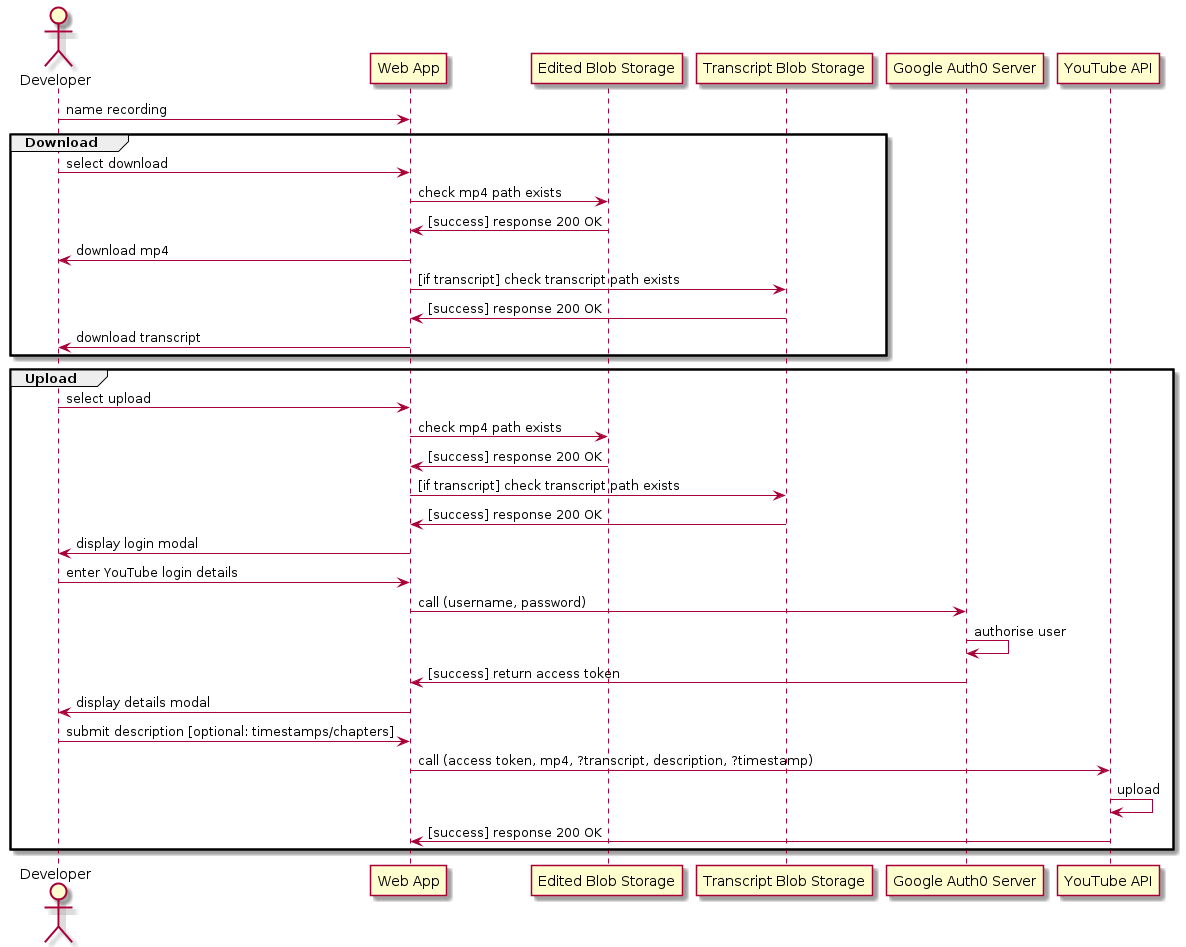
jennifer-platt/ECM2429-UML keeps this PlantUML diagram as out/examples/download/download.png. Above is the earlier version.
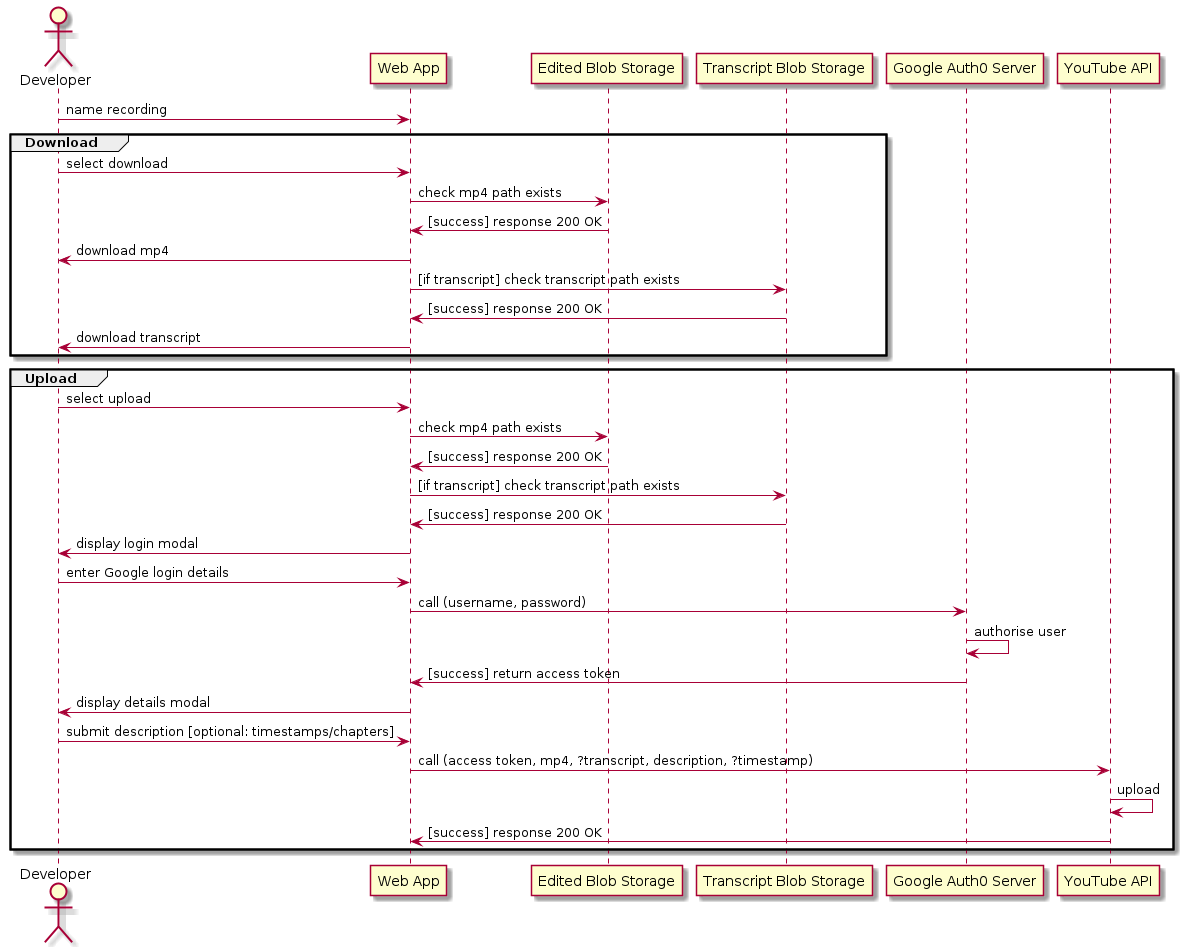
After the change.

Change to the diagram source:
```diff
@@ -21,7 +21,7 @@
 "Web App" -> "Transcript Blob Storage": [if transcript] check transcript path exists
 "Web App" <- "Transcript Blob Storage": [success] response 200 OK
 Developer <- "Web App": display login modal
-Developer -> "Web App": enter YouTube login details
+Developer -> "Web App": enter Google login details
 "Web App" -> "Google Auth0 Server": call (username, password)
 "Google Auth0 Server" <- "Google Auth0 Server": authorise user
 "Web App" <- "Google Auth0 Server": [success] return access token
```
